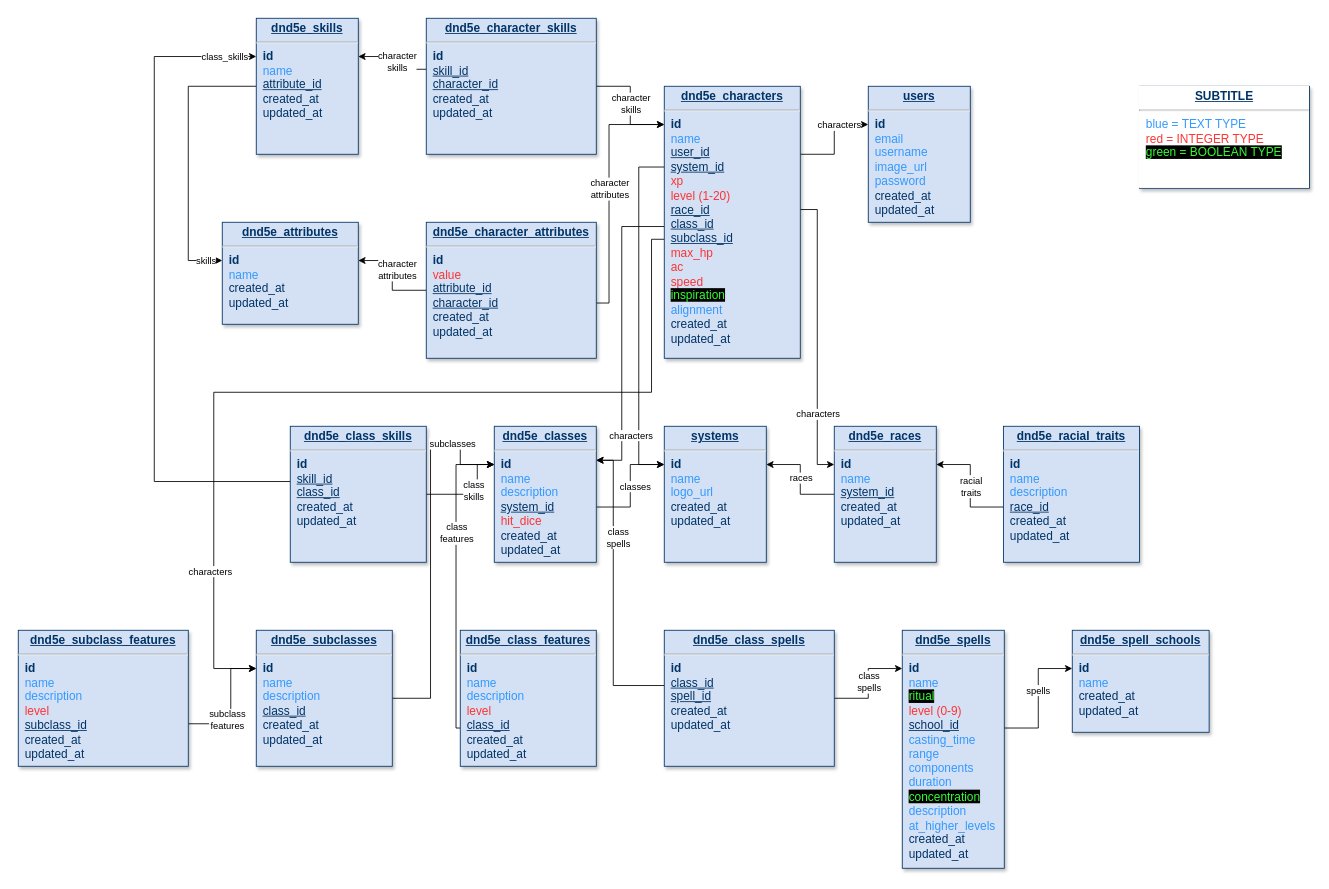
This is roll_n_play-back-end/diagram.drawio from RodrigoYujiKogaKuroda/roll_n_play, a draw.io file, before an edit. Source tidied: cells renumbered, new cells numbered last; positions are measured from the earlier drawing's top-left corner, leaving out a move shared by most shapes. Both pictures are drawn from the tidied source at 85%, with x=0, y=0 at pixel (18, 18).
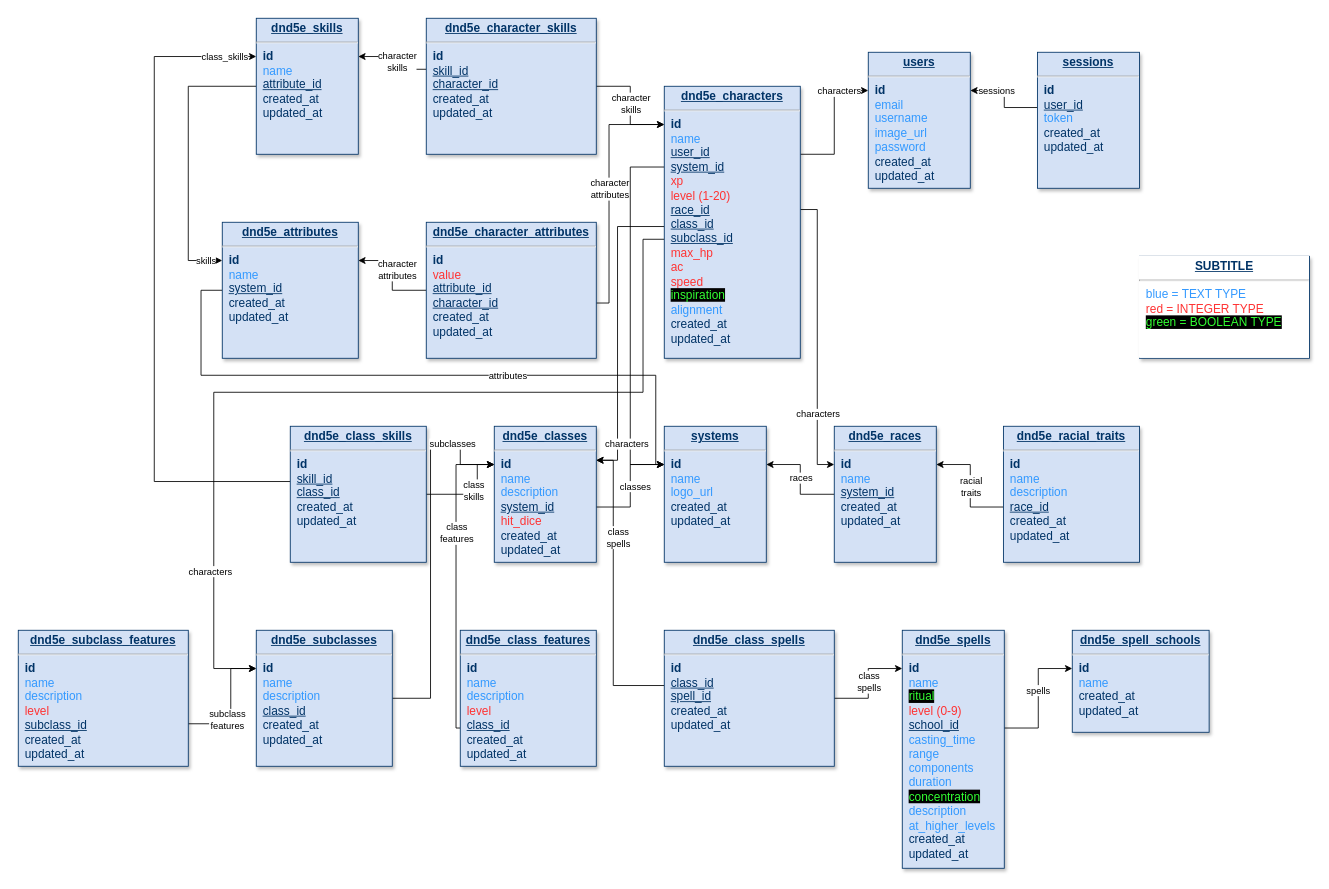
After the change.

Unchanged cells that the change refers to:
```xml
<mxCell id="8" value="&lt;p style=&quot;margin: 4px 0px 0px; text-align: center; text-decoration: underline; font-size: 14px;&quot;&gt;&lt;b style=&quot;&quot;&gt;&lt;font style=&quot;font-size: 14px;&quot;&gt;dnd5e_characters&lt;/font&gt;&lt;/b&gt;&lt;/p&gt;&lt;hr style=&quot;font-size: 14px;&quot;&gt;&lt;p style=&quot;margin: 0px 0px 0px 8px; font-size: 14px;&quot;&gt;&lt;b&gt;&lt;font style=&quot;font-size: 14px;&quot;&gt;id&lt;/font&gt;&lt;/b&gt;&lt;/p&gt;&lt;p style=&quot;margin: 0px 0px 0px 8px; font-size: 14px;&quot;&gt;&lt;font color=&quot;#3399ff&quot; style=&quot;font-size: 14px;&quot;&gt;name&lt;/font&gt;&lt;/p&gt;&lt;p style=&quot;margin: 0px 0px 0px 8px; font-size: 14px;&quot;&gt;&lt;u&gt;user_id&lt;/u&gt;&lt;/p&gt;&lt;p style=&quot;margin: 0px 0px 0px 8px; font-size: 14px;&quot;&gt;&lt;/p&gt;&lt;p style=&quot;margin: 0px 0px 0px 8px; font-size: 14px;&quot;&gt;&lt;u&gt;system_id&lt;/u&gt;&lt;/p&gt;&lt;p style=&quot;margin: 0px 0px 0px 8px; font-size: 14px;&quot;&gt;&lt;font color=&quot;#ff3333&quot;&gt;xp&lt;/font&gt;&lt;/p&gt;&lt;p style=&quot;margin: 0px 0px 0px 8px; font-size: 14px;&quot;&gt;&lt;font color=&quot;#ff3333&quot; style=&quot;font-size: 14px;&quot;&gt;level (1-20)&lt;/font&gt;&lt;/p&gt;&lt;p style=&quot;margin: 0px 0px 0px 8px; font-size: 14px;&quot;&gt;&lt;u&gt;race_id&lt;/u&gt;&lt;/p&gt;&lt;p style=&quot;margin: 0px 0px 0px 8px; font-size: 14px;&quot;&gt;&lt;u&gt;class_id&lt;/u&gt;&lt;/p&gt;&lt;p style=&quot;margin: 0px 0px 0px 8px; font-size: 14px;&quot;&gt;&lt;u&gt;subclass_id&lt;/u&gt;&lt;/p&gt;&lt;p style=&quot;margin: 0px 0px 0px 8px; font-size: 14px;&quot;&gt;&lt;font color=&quot;#ff3333&quot;&gt;max_hp&lt;/font&gt;&lt;/p&gt;&lt;p style=&quot;margin: 0px 0px 0px 8px; font-size: 14px;&quot;&gt;&lt;font color=&quot;#ff3333&quot;&gt;ac&lt;/font&gt;&lt;/p&gt;&lt;p style=&quot;margin: 0px 0px 0px 8px; font-size: 14px;&quot;&gt;&lt;font color=&quot;#ff3333&quot;&gt;speed&lt;/font&gt;&lt;/p&gt;&lt;p style=&quot;margin: 0px 0px 0px 8px; font-size: 14px;&quot;&gt;&lt;font style=&quot;background-color: rgb(0, 0, 0);&quot; color=&quot;#33ff33&quot;&gt;inspiration&lt;/font&gt;&lt;/p&gt;&lt;p style=&quot;margin: 0px 0px 0px 8px; font-size: 14px;&quot;&gt;&lt;font color=&quot;#3399ff&quot;&gt;alignment&lt;/font&gt;&lt;/p&gt;&lt;p style=&quot;margin: 0px 0px 0px 8px; font-size: 14px;&quot;&gt;&lt;font style=&quot;font-size: 14px;&quot;&gt;created_at&lt;/font&gt;&lt;/p&gt;&lt;p style=&quot;margin: 0px 0px 0px 8px; font-size: 14px;&quot;&gt;&lt;font style=&quot;font-size: 14px;&quot;&gt;updated_at&lt;/font&gt;&lt;br&gt;&lt;/p&gt;" style="verticalAlign=top;align=left;overflow=fill;fontSize=12;fontFamily=Helvetica;html=1;strokeColor=#003366;shadow=1;fillColor=#D4E1F5;fontColor=#003366;" parent="1" vertex="1">
  <mxGeometry x="760" y="80" width="160" height="320" as="geometry" />
</mxCell>
<mxCell id="9" value="&lt;p style=&quot;margin: 4px 0px 0px; text-align: center; text-decoration: underline; font-size: 14px;&quot;&gt;&lt;strong style=&quot;&quot;&gt;&lt;font style=&quot;font-size: 14px;&quot;&gt;systems&lt;/font&gt;&lt;/strong&gt;&lt;/p&gt;&lt;hr style=&quot;font-size: 14px;&quot;&gt;&lt;p style=&quot;margin: 0px 0px 0px 8px; font-size: 14px;&quot;&gt;&lt;b&gt;&lt;font style=&quot;font-size: 14px;&quot;&gt;id&lt;/font&gt;&lt;/b&gt;&lt;/p&gt;&lt;p style=&quot;margin: 0px 0px 0px 8px; font-size: 14px;&quot;&gt;&lt;font color=&quot;#3399ff&quot;&gt;name&lt;/font&gt;&lt;/p&gt;&lt;p style=&quot;margin: 0px 0px 0px 8px; font-size: 14px;&quot;&gt;&lt;font color=&quot;#3399ff&quot;&gt;logo_url&lt;/font&gt;&lt;/p&gt;&lt;p style=&quot;margin: 0px 0px 0px 8px; font-size: 14px;&quot;&gt;&lt;font style=&quot;font-size: 14px;&quot;&gt;created_at&lt;/font&gt;&lt;/p&gt;&lt;p style=&quot;margin: 0px 0px 0px 8px; font-size: 14px;&quot;&gt;&lt;font style=&quot;font-size: 14px;&quot;&gt;updated_at&lt;/font&gt;&lt;br&gt;&lt;/p&gt;" style="verticalAlign=top;align=left;overflow=fill;fontSize=12;fontFamily=Helvetica;html=1;strokeColor=#003366;shadow=1;fillColor=#D4E1F5;fontColor=#003366;" parent="1" vertex="1">
  <mxGeometry x="760" y="480" width="120" height="160" as="geometry" />
</mxCell>
<mxCell id="15" value="&lt;p style=&quot;margin: 4px 0px 0px; text-align: center; text-decoration: underline; font-size: 14px;&quot;&gt;&lt;strong style=&quot;&quot;&gt;&lt;font style=&quot;font-size: 14px;&quot;&gt;dnd5e_classes&lt;/font&gt;&lt;/strong&gt;&lt;/p&gt;&lt;hr style=&quot;font-size: 14px;&quot;&gt;&lt;p style=&quot;margin: 0px 0px 0px 8px; font-size: 14px;&quot;&gt;&lt;b&gt;&lt;font style=&quot;font-size: 14px;&quot;&gt;id&lt;/font&gt;&lt;/b&gt;&lt;/p&gt;&lt;p style=&quot;margin: 0px 0px 0px 8px; font-size: 14px;&quot;&gt;&lt;font color=&quot;#3399ff&quot;&gt;name&lt;/font&gt;&lt;/p&gt;&lt;p style=&quot;margin: 0px 0px 0px 8px; font-size: 14px;&quot;&gt;&lt;font color=&quot;#3399ff&quot;&gt;description&lt;/font&gt;&lt;/p&gt;&lt;p style=&quot;margin: 0px 0px 0px 8px; font-size: 14px;&quot;&gt;&lt;u&gt;system_id&lt;/u&gt;&lt;/p&gt;&lt;p style=&quot;margin: 0px 0px 0px 8px; font-size: 14px;&quot;&gt;&lt;font color=&quot;#ff3333&quot;&gt;hit_dice&lt;/font&gt;&lt;/p&gt;&lt;p style=&quot;margin: 0px 0px 0px 8px; font-size: 14px;&quot;&gt;&lt;font style=&quot;font-size: 14px;&quot;&gt;created_at&lt;/font&gt;&lt;/p&gt;&lt;p style=&quot;margin: 0px 0px 0px 8px; font-size: 14px;&quot;&gt;&lt;font style=&quot;font-size: 14px;&quot;&gt;updated_at&lt;/font&gt;&lt;br&gt;&lt;/p&gt;" style="verticalAlign=top;align=left;overflow=fill;fontSize=12;fontFamily=Helvetica;html=1;strokeColor=#003366;shadow=1;fillColor=#D4E1F5;fontColor=#003366;" parent="1" vertex="1">
  <mxGeometry x="560" y="480" width="120" height="160" as="geometry" />
</mxCell>
<mxCell id="17" value="&lt;p style=&quot;margin: 4px 0px 0px; text-align: center; text-decoration: underline; font-size: 14px;&quot;&gt;&lt;strong style=&quot;&quot;&gt;&lt;font style=&quot;font-size: 14px;&quot;&gt;dnd5e_subclasses&lt;/font&gt;&lt;/strong&gt;&lt;/p&gt;&lt;hr style=&quot;font-size: 14px;&quot;&gt;&lt;p style=&quot;margin: 0px 0px 0px 8px; font-size: 14px;&quot;&gt;&lt;b&gt;&lt;font style=&quot;font-size: 14px;&quot;&gt;id&lt;/font&gt;&lt;/b&gt;&lt;/p&gt;&lt;p style=&quot;margin: 0px 0px 0px 8px; font-size: 14px;&quot;&gt;&lt;font color=&quot;#3399ff&quot;&gt;name&lt;/font&gt;&lt;/p&gt;&lt;p style=&quot;margin: 0px 0px 0px 8px; font-size: 14px;&quot;&gt;&lt;font color=&quot;#3399ff&quot;&gt;description&lt;/font&gt;&lt;/p&gt;&lt;p style=&quot;margin: 0px 0px 0px 8px; font-size: 14px;&quot;&gt;&lt;u&gt;class_id&lt;/u&gt;&lt;/p&gt;&lt;p style=&quot;margin: 0px 0px 0px 8px; font-size: 14px;&quot;&gt;&lt;font style=&quot;font-size: 14px;&quot;&gt;created_at&lt;/font&gt;&lt;/p&gt;&lt;p style=&quot;margin: 0px 0px 0px 8px; font-size: 14px;&quot;&gt;&lt;font style=&quot;font-size: 14px;&quot;&gt;updated_at&lt;/font&gt;&lt;br&gt;&lt;/p&gt;" style="verticalAlign=top;align=left;overflow=fill;fontSize=12;fontFamily=Helvetica;html=1;strokeColor=#003366;shadow=1;fillColor=#D4E1F5;fontColor=#003366;" parent="1" vertex="1">
  <mxGeometry x="280" y="720" width="160" height="160" as="geometry" />
</mxCell>
```

Diff of the diagram source:
```diff
@@
     <mxCell id="2" value="&lt;p style=&quot;margin: 4px 0px 0px; text-align: center; text-decoration: underline; font-size: 14px;&quot;&gt;&lt;strong style=&quot;&quot;&gt;&lt;font style=&quot;font-size: 14px;&quot;&gt;users&lt;/font&gt;&lt;/strong&gt;&lt;/p&gt;&lt;hr style=&quot;font-size: 14px;&quot;&gt;&lt;p style=&quot;margin: 0px 0px 0px 8px; font-size: 14px;&quot;&gt;&lt;b&gt;&lt;font style=&quot;font-size: 14px;&quot;&gt;id&lt;/font&gt;&lt;/b&gt;&lt;/p&gt;&lt;p style=&quot;margin: 0px 0px 0px 8px; font-size: 14px;&quot;&gt;&lt;font color=&quot;#3399ff&quot; style=&quot;font-size: 14px;&quot;&gt;email&lt;/font&gt;&lt;/p&gt;&lt;p style=&quot;margin: 0px 0px 0px 8px; font-size: 14px;&quot;&gt;&lt;font color=&quot;#3399ff&quot; style=&quot;font-size: 14px;&quot;&gt;username&lt;/font&gt;&lt;/p&gt;&lt;p style=&quot;margin: 0px 0px 0px 8px; font-size: 14px;&quot;&gt;&lt;font color=&quot;#3399ff&quot; style=&quot;font-size: 14px;&quot;&gt;image_url&lt;/font&gt;&lt;/p&gt;&lt;p style=&quot;margin: 0px 0px 0px 8px; font-size: 14px;&quot;&gt;&lt;font color=&quot;#3399ff&quot; style=&quot;font-size: 14px;&quot;&gt;password&lt;/font&gt;&lt;/p&gt;&lt;p style=&quot;margin: 0px 0px 0px 8px; font-size: 14px;&quot;&gt;&lt;font style=&quot;font-size: 14px;&quot;&gt;created_at&lt;/font&gt;&lt;/p&gt;&lt;p style=&quot;margin: 0px 0px 0px 8px; font-size: 14px;&quot;&gt;&lt;font style=&quot;font-size: 14px;&quot;&gt;updated_at&lt;/font&gt;&lt;br&gt;&lt;/p&gt;" style="verticalAlign=top;align=left;overflow=fill;fontSize=12;fontFamily=Helvetica;html=1;strokeColor=#003366;shadow=1;fillColor=#D4E1F5;fontColor=#003366;" parent="1" vertex="1">
-      <mxGeometry x="1000" y="80" width="120" height="160" as="geometry" />
+      <mxGeometry x="1000" y="40" width="120" height="160" as="geometry" />
     </mxCell>
     <mxCell id="3" style="edgeStyle=orthogonalEdgeStyle;rounded=0;jettySize=auto;html=1;" parent="1" edge="1" source="8" target="2">
       <mxGeometry relative="1" as="geometry">
         <Array as="points">
           <mxPoint x="960" y="160" />
-          <mxPoint x="960" y="125" />
+          <mxPoint x="960" y="85" />
         </Array>
       </mxGeometry>
     </mxCell>
     <mxCell id="4" style="edgeStyle=orthogonalEdgeStyle;rounded=0;jettySize=auto;html=1;" parent="1" edge="1" source="8" target="9">
       <mxGeometry relative="1" as="geometry">
         <Array as="points">
-          <mxPoint x="730" y="175" />
-          <mxPoint x="730" y="525" />
+          <mxPoint x="720" y="175" />
+          <mxPoint x="720" y="525" />
         </Array>
       </mxGeometry>
     </mxCell>
@@
     <mxCell id="6" style="edgeStyle=orthogonalEdgeStyle;rounded=0;jettySize=auto;html=1;" parent="1" edge="1" source="8" target="15">
       <mxGeometry relative="1" as="geometry">
         <Array as="points">
-          <mxPoint x="710" y="245" />
-          <mxPoint x="710" y="520" />
+          <mxPoint x="705" y="245" />
+          <mxPoint x="705" y="520" />
         </Array>
       </mxGeometry>
     </mxCell>
     <mxCell id="7" style="edgeStyle=orthogonalEdgeStyle;rounded=0;jettySize=auto;html=1;" parent="1" edge="1" source="8" target="17">
       <mxGeometry relative="1" as="geometry">
         <Array as="points">
-          <mxPoint x="745" y="260" />
-          <mxPoint x="745" y="440" />
+          <mxPoint x="735" y="260" />
+          <mxPoint x="735" y="440" />
           <mxPoint x="230" y="440" />
           <mxPoint x="230" y="765" />
         </Array>
       </mxGeometry>
     </mxCell>
@@
+    <mxCell id="62" style="edgeStyle=orthogonalEdgeStyle;rounded=0;jettySize=auto;html=1;" parent="1" edge="1" source="25" target="9">
+      <mxGeometry relative="1" as="geometry">
+        <Array as="points">
+          <mxPoint x="215" y="320" />
+          <mxPoint x="215" y="420" />
+          <mxPoint x="750" y="420" />
+          <mxPoint x="750" y="525" />
+        </Array>
+      </mxGeometry>
+    </mxCell>
-    <mxCell id="25" value="&lt;p style=&quot;margin: 4px 0px 0px; text-align: center; text-decoration: underline; font-size: 14px;&quot;&gt;&lt;strong style=&quot;&quot;&gt;&lt;font style=&quot;font-size: 14px;&quot;&gt;dnd5e_attributes&lt;/font&gt;&lt;/strong&gt;&lt;/p&gt;&lt;hr style=&quot;font-size: 14px;&quot;&gt;&lt;p style=&quot;margin: 0px 0px 0px 8px; font-size: 14px;&quot;&gt;&lt;b&gt;&lt;font style=&quot;font-size: 14px;&quot;&gt;id&lt;/font&gt;&lt;/b&gt;&lt;/p&gt;&lt;p style=&quot;margin: 0px 0px 0px 8px; font-size: 14px;&quot;&gt;&lt;font color=&quot;#3399ff&quot;&gt;name&lt;/font&gt;&lt;/p&gt;&lt;p style=&quot;margin: 0px 0px 0px 8px; font-size: 14px;&quot;&gt;&lt;span style=&quot;background-color: initial;&quot;&gt;created_at&lt;/span&gt;&lt;br&gt;&lt;/p&gt;&lt;p style=&quot;margin: 0px 0px 0px 8px; font-size: 14px;&quot;&gt;&lt;font style=&quot;font-size: 14px;&quot;&gt;updated_at&lt;/font&gt;&lt;br&gt;&lt;/p&gt;" style="verticalAlign=top;align=left;overflow=fill;fontSize=12;fontFamily=Helvetica;html=1;strokeColor=#003366;shadow=1;fillColor=#D4E1F5;fontColor=#003366;" parent="1" vertex="1">
-      <mxGeometry x="240" y="240" width="160" height="120" as="geometry" />
+    <mxCell id="25" value="&lt;p style=&quot;margin: 4px 0px 0px; text-align: center; text-decoration: underline; font-size: 14px;&quot;&gt;&lt;strong style=&quot;&quot;&gt;&lt;font style=&quot;font-size: 14px;&quot;&gt;dnd5e_attributes&lt;/font&gt;&lt;/strong&gt;&lt;/p&gt;&lt;hr style=&quot;font-size: 14px;&quot;&gt;&lt;p style=&quot;margin: 0px 0px 0px 8px; font-size: 14px;&quot;&gt;&lt;b&gt;&lt;font style=&quot;font-size: 14px;&quot;&gt;id&lt;/font&gt;&lt;/b&gt;&lt;/p&gt;&lt;p style=&quot;margin: 0px 0px 0px 8px; font-size: 14px;&quot;&gt;&lt;font color=&quot;#3399ff&quot;&gt;name&lt;/font&gt;&lt;/p&gt;&lt;p style=&quot;margin: 0px 0px 0px 8px; font-size: 14px;&quot;&gt;&lt;span style=&quot;background-color: initial;&quot;&gt;&lt;u&gt;system_id&lt;/u&gt;&lt;/span&gt;&lt;/p&gt;&lt;p style=&quot;margin: 0px 0px 0px 8px; font-size: 14px;&quot;&gt;&lt;span style=&quot;background-color: initial;&quot;&gt;created_at&lt;/span&gt;&lt;br&gt;&lt;/p&gt;&lt;p style=&quot;margin: 0px 0px 0px 8px; font-size: 14px;&quot;&gt;&lt;font style=&quot;font-size: 14px;&quot;&gt;updated_at&lt;/font&gt;&lt;br&gt;&lt;/p&gt;" style="verticalAlign=top;align=left;overflow=fill;fontSize=12;fontFamily=Helvetica;html=1;strokeColor=#003366;shadow=1;fillColor=#D4E1F5;fontColor=#003366;" parent="1" vertex="1">
+      <mxGeometry x="240" y="240" width="160" height="160" as="geometry" />
     </mxCell>
@@
     <mxCell id="47" value="characters" style="edgeLabel;html=1;align=center;verticalAlign=middle;" parent="1" vertex="1">
-      <mxGeometry x="965" y="125" as="geometry" />
+      <mxGeometry x="965" y="85" as="geometry" />
     </mxCell>
@@
     <mxCell id="49" value="characters" style="edgeLabel;html=1;align=center;verticalAlign=middle;" parent="1" vertex="1">
-      <mxGeometry x="720" y="490" as="geometry" />
+      <mxGeometry x="715" y="500" as="geometry" />
     </mxCell>
@@
     <mxCell id="61" value="&lt;p style=&quot;margin: 4px 0px 0px; text-align: center; text-decoration: underline; font-size: 14px;&quot;&gt;&lt;strong style=&quot;&quot;&gt;&lt;font style=&quot;font-size: 14px;&quot;&gt;SUBTITLE&lt;/font&gt;&lt;/strong&gt;&lt;/p&gt;&lt;hr style=&quot;font-size: 14px;&quot;&gt;&lt;p style=&quot;margin: 0px 0px 0px 8px; font-size: 14px;&quot;&gt;&lt;span style=&quot;color: rgb(51, 153, 255);&quot;&gt;blue = TEXT TYPE&lt;/span&gt;&lt;br&gt;&lt;/p&gt;&lt;p style=&quot;margin: 0px 0px 0px 8px; font-size: 14px;&quot;&gt;&lt;font color=&quot;#ff3333&quot;&gt;red = INTEGER TYPE&lt;/font&gt;&lt;/p&gt;&lt;p style=&quot;margin: 0px 0px 0px 8px; font-size: 14px;&quot;&gt;&lt;font style=&quot;background-color: rgb(0, 0, 0);&quot; color=&quot;#33ff33&quot;&gt;green = BOOLEAN TYPE&lt;/font&gt;&lt;/p&gt;" style="verticalAlign=top;align=left;overflow=fill;fontSize=12;fontFamily=Helvetica;html=1;strokeColor=#003366;shadow=1;fillColor=#D4E1F5;fontColor=#003366;labelBackgroundColor=#FFFFFF;" parent="1" vertex="1">
-      <mxGeometry x="1319" y="80" width="200" height="120" as="geometry" />
+      <mxGeometry x="1319" y="280" width="200" height="120" as="geometry" />
     </mxCell>
+    <mxCell id="63" style="edgeStyle=orthogonalEdgeStyle;rounded=0;jettySize=auto;html=1;" parent="1" edge="1" source="64" target="2">
+      <mxGeometry relative="1" as="geometry">
+        <Array as="points">
+          <mxPoint x="1160" y="105" />
+          <mxPoint x="1160" y="85" />
+        </Array>
+      </mxGeometry>
+    </mxCell>
+    <mxCell id="64" value="&lt;p style=&quot;margin: 4px 0px 0px; text-align: center; text-decoration: underline; font-size: 14px;&quot;&gt;&lt;strong style=&quot;&quot;&gt;&lt;font style=&quot;font-size: 14px;&quot;&gt;sessions&lt;/font&gt;&lt;/strong&gt;&lt;/p&gt;&lt;hr style=&quot;font-size: 14px;&quot;&gt;&lt;p style=&quot;margin: 0px 0px 0px 8px; font-size: 14px;&quot;&gt;&lt;b&gt;&lt;font style=&quot;font-size: 14px;&quot;&gt;id&lt;/font&gt;&lt;/b&gt;&lt;/p&gt;&lt;p style=&quot;margin: 0px 0px 0px 8px; font-size: 14px;&quot;&gt;&lt;font style=&quot;font-size: 14px;&quot;&gt;&lt;u style=&quot;&quot;&gt;user_id&lt;/u&gt;&lt;/font&gt;&lt;/p&gt;&lt;p style=&quot;margin: 0px 0px 0px 8px; font-size: 14px;&quot;&gt;&lt;font color=&quot;#3399ff&quot; style=&quot;font-size: 14px;&quot;&gt;token&lt;/font&gt;&lt;/p&gt;&lt;p style=&quot;margin: 0px 0px 0px 8px; font-size: 14px;&quot;&gt;&lt;font style=&quot;font-size: 14px;&quot;&gt;created_at&lt;/font&gt;&lt;/p&gt;&lt;p style=&quot;margin: 0px 0px 0px 8px; font-size: 14px;&quot;&gt;&lt;font style=&quot;font-size: 14px;&quot;&gt;updated_at&lt;/font&gt;&lt;br&gt;&lt;/p&gt;" style="verticalAlign=top;align=left;overflow=fill;fontSize=12;fontFamily=Helvetica;html=1;strokeColor=#003366;shadow=1;fillColor=#D4E1F5;fontColor=#003366;" parent="1" vertex="1">
+      <mxGeometry x="1199" y="40" width="120" height="160" as="geometry" />
+    </mxCell>
+    <mxCell id="65" value="sessions" style="edgeLabel;html=1;align=center;verticalAlign=middle;" parent="1" vertex="1">
+      <mxGeometry x="1150" y="85" as="geometry" />
+    </mxCell>
+    <mxCell id="66" value="attributes" style="edgeLabel;html=1;align=center;verticalAlign=middle;" parent="1" vertex="1">
+      <mxGeometry x="575" y="420" as="geometry" />
+    </mxCell>
```
